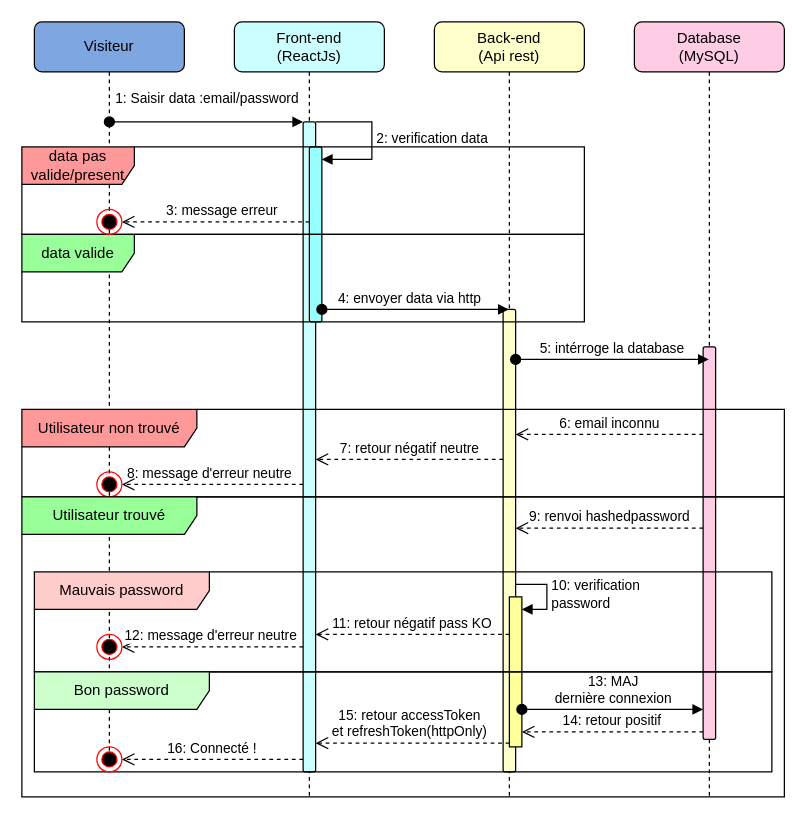
Earlier version of the draw.io diagram docs/Présentation/Diagrammes/SequenceFiles/Login.drawio (MaxenceAll/frontendPccompare). Source tidied: cells renumbered, new cells numbered last; positions are measured from the earlier drawing's top-left corner, leaving out a move shared by most shapes. Both pictures are drawn from the tidied source at 125%, with x=0, y=0 at pixel (21, 21).
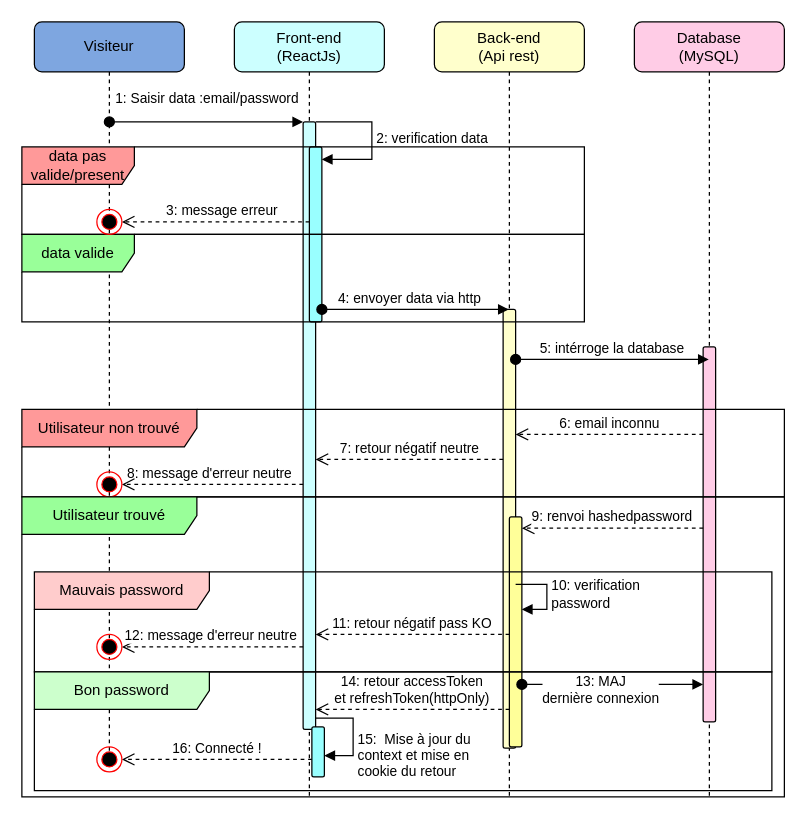
The same page after the edit.

The change refers to these unchanged cells:
```xml
<mxCell id="3" value="Front-end&lt;br&gt;(ReactJs)" style="shape=umlLifeline;perimeter=lifelinePerimeter;whiteSpace=wrap;html=1;newEdgeStyle={&quot;edgeStyle&quot;:&quot;elbowEdgeStyle&quot;,&quot;elbow&quot;:&quot;vertical&quot;,&quot;curved&quot;:0,&quot;rounded&quot;:0};size=40;rounded=1;fillColor=#CCFFFF;" parent="1" vertex="1">
  <mxGeometry x="170" width="120" height="620" as="geometry" />
</mxCell>
<mxCell id="7" value="Back-end&lt;br&gt;(Api rest)" style="shape=umlLifeline;perimeter=lifelinePerimeter;whiteSpace=wrap;html=1;outlineConnect=0;portConstraint=eastwest;newEdgeStyle={&quot;edgeStyle&quot;:&quot;elbowEdgeStyle&quot;,&quot;elbow&quot;:&quot;vertical&quot;,&quot;curved&quot;:0,&quot;rounded&quot;:0};size=40;rounded=1;fillColor=#FFFFCC;" parent="1" vertex="1">
  <mxGeometry x="330" width="120" height="620" as="geometry" />
</mxCell>
<mxCell id="9" value="Database&lt;br&gt;(MySQL)" style="shape=umlLifeline;perimeter=lifelinePerimeter;whiteSpace=wrap;html=1;outlineConnect=0;portConstraint=eastwest;newEdgeStyle={&quot;edgeStyle&quot;:&quot;elbowEdgeStyle&quot;,&quot;elbow&quot;:&quot;vertical&quot;,&quot;curved&quot;:0,&quot;rounded&quot;:0};size=40;rounded=1;fillColor=#FFCCE6;" parent="1" vertex="1">
  <mxGeometry x="490" width="120" height="620" as="geometry" />
</mxCell>
<mxCell id="38" style="ellipse;html=1;shape=endState;fillColor=#000000;strokeColor=#ff0000;rounded=1;" parent="1" vertex="1">
  <mxGeometry x="60" y="580" width="20" height="20" as="geometry" />
</mxCell>
```

Change to the diagram source:
```diff
@@
     <mxCell id="4" style="html=1;points=[];perimeter=orthogonalPerimeter;outlineConnect=0;targetShapes=umlLifeline;portConstraint=eastwest;newEdgeStyle={&quot;edgeStyle&quot;:&quot;elbowEdgeStyle&quot;,&quot;elbow&quot;:&quot;vertical&quot;,&quot;curved&quot;:0,&quot;rounded&quot;:0};fillColor=#CCFFFF;rounded=1;" parent="3" vertex="1">
-      <mxGeometry x="55" y="80" width="10" height="520" as="geometry" />
+      <mxGeometry x="55" y="80" width="10" height="486" as="geometry" />
     </mxCell>
@@
     <mxCell id="8" style="html=1;points=[];perimeter=orthogonalPerimeter;outlineConnect=0;targetShapes=umlLifeline;portConstraint=eastwest;newEdgeStyle={&quot;edgeStyle&quot;:&quot;elbowEdgeStyle&quot;,&quot;elbow&quot;:&quot;vertical&quot;,&quot;curved&quot;:0,&quot;rounded&quot;:0};fillColor=#FFFFCC;rounded=1;" parent="7" vertex="1">
-      <mxGeometry x="55" y="230" width="10" height="370" as="geometry" />
+      <mxGeometry x="55" y="230" width="10" height="351" as="geometry" />
     </mxCell>
@@
     <mxCell id="10" style="html=1;points=[];perimeter=orthogonalPerimeter;outlineConnect=0;targetShapes=umlLifeline;portConstraint=eastwest;newEdgeStyle={&quot;edgeStyle&quot;:&quot;elbowEdgeStyle&quot;,&quot;elbow&quot;:&quot;vertical&quot;,&quot;curved&quot;:0,&quot;rounded&quot;:0};fillColor=#FFCCE6;rounded=1;" parent="9" vertex="1">
-      <mxGeometry x="55" y="260" width="10" height="314" as="geometry" />
+      <mxGeometry x="55" y="260" width="10" height="300" as="geometry" />
     </mxCell>
@@
-    <mxCell id="26" value="9: renvoi hashedpassword" style="html=1;verticalAlign=bottom;endArrow=open;dashed=1;endSize=8;edgeStyle=elbowEdgeStyle;elbow=vertical;curved=0;rounded=0;" parent="1" edge="1" source="10" target="8">
+    <mxCell id="26" value="9: renvoi hashedpassword" style="html=1;verticalAlign=bottom;endArrow=open;dashed=1;endSize=8;edgeStyle=elbowEdgeStyle;elbow=vertical;curved=0;rounded=0;" parent="1" edge="1" source="10" target="27">
       <mxGeometry relative="1" as="geometry">
         <Array as="points">
           <mxPoint x="480" y="405" />
           <mxPoint x="490" y="440" />
         </Array>
       </mxGeometry>
     </mxCell>
-    <mxCell id="27" style="html=1;points=[];perimeter=orthogonalPerimeter;outlineConnect=0;targetShapes=umlLifeline;portConstraint=eastwest;newEdgeStyle={&quot;edgeStyle&quot;:&quot;elbowEdgeStyle&quot;,&quot;elbow&quot;:&quot;vertical&quot;,&quot;curved&quot;:0,&quot;rounded&quot;:0};fillColor=#FFFF99;" parent="1" vertex="1">
-      <mxGeometry x="390" y="460" width="10" height="120" as="geometry" />
+    <mxCell id="27" style="html=1;points=[];perimeter=orthogonalPerimeter;outlineConnect=0;targetShapes=umlLifeline;portConstraint=eastwest;newEdgeStyle={&quot;edgeStyle&quot;:&quot;elbowEdgeStyle&quot;,&quot;elbow&quot;:&quot;vertical&quot;,&quot;curved&quot;:0,&quot;rounded&quot;:0};fillColor=#FFFF99;rounded=1;" parent="1" vertex="1">
+      <mxGeometry x="390" y="396" width="10" height="184" as="geometry" />
     </mxCell>
@@
     <mxCell id="34" value="Bon password" style="shape=umlFrame;whiteSpace=wrap;html=1;width=140;height=30;rounded=1;fillColor=#CCFFCC;" parent="1" vertex="1">
-      <mxGeometry x="10" y="520" width="590" height="80" as="geometry" />
+      <mxGeometry x="10" y="520" width="590" height="95" as="geometry" />
     </mxCell>
-    <mxCell id="35" value="15: retour accessToken &lt;br&gt;et refreshToken(httpOnly)" style="html=1;verticalAlign=bottom;endArrow=open;dashed=1;endSize=8;edgeStyle=elbowEdgeStyle;elbow=vertical;curved=0;rounded=0;" parent="1" edge="1" source="27" target="4">
-      <mxGeometry x="0.03" relative="1" as="geometry">
+    <mxCell id="35" value="14: retour accessToken &lt;br&gt;et refreshToken(httpOnly)" style="html=1;verticalAlign=bottom;endArrow=open;dashed=1;endSize=8;edgeStyle=elbowEdgeStyle;elbow=vertical;curved=0;rounded=0;" parent="1" edge="1" source="27" target="4">
+      <mxGeometry relative="1" as="geometry">
         <Array as="points">
-          <mxPoint x="328" y="577" />
+          <mxPoint x="373" y="550" />
           <mxPoint x="360" y="570" />
           <mxPoint x="290" y="580" />
           <mxPoint x="350" y="550" />
         </Array>
       </mxGeometry>
     </mxCell>
-    <mxCell id="36" value="13: MAJ &lt;br&gt;dernière connexion" style="html=1;verticalAlign=bottom;startArrow=oval;endArrow=block;startSize=8;edgeStyle=elbowEdgeStyle;elbow=vertical;curved=0;rounded=0;" parent="1" edge="1" source="27">
-      <mxGeometry relative="1" as="geometry">
-        <mxPoint x="545" y="550" as="targetPoint" />
+    <mxCell id="36" value="13: MAJ &lt;br&gt;dernière connexion" style="html=1;verticalAlign=bottom;startArrow=oval;endArrow=block;startSize=8;edgeStyle=elbowEdgeStyle;elbow=vertical;curved=0;rounded=0;" parent="1" edge="1" source="27" target="10">
+      <mxGeometry x="-0.13" y="-20" relative="1" as="geometry">
         <Array as="points">
+          <mxPoint x="414" y="530" />
           <mxPoint x="490" y="550" />
         </Array>
       </mxGeometry>
     </mxCell>
-    <mxCell id="37" value="16: Connecté !" style="html=1;verticalAlign=bottom;endArrow=open;dashed=1;endSize=8;edgeStyle=elbowEdgeStyle;elbow=vertical;curved=0;rounded=0;entryX=1;entryY=0.5;entryDx=0;entryDy=0;" parent="1" edge="1" source="4" target="38">
+    <mxCell id="37" value="16: Connecté !" style="html=1;verticalAlign=bottom;endArrow=open;dashed=1;endSize=8;edgeStyle=elbowEdgeStyle;elbow=vertical;curved=0;rounded=0;entryX=1;entryY=0.5;entryDx=0;entryDy=0;" parent="1" edge="1" source="40" target="38">
       <mxGeometry relative="1" as="geometry">
         <Array as="points">
           <mxPoint x="180" y="590" />
         </Array>
       </mxGeometry>
     </mxCell>
@@
-    <mxCell id="39" value="14: retour positif" style="html=1;verticalAlign=bottom;endArrow=open;dashed=1;endSize=8;edgeStyle=elbowEdgeStyle;elbow=vertical;curved=0;rounded=0;" parent="1" edge="1" source="10" target="27">
-      <mxGeometry relative="1" as="geometry">
-        <Array as="points">
-          <mxPoint x="432" y="568" />
-        </Array>
-      </mxGeometry>
-    </mxCell>
+    <mxCell id="40" style="html=1;points=[];perimeter=orthogonalPerimeter;outlineConnect=0;targetShapes=umlLifeline;portConstraint=eastwest;newEdgeStyle={&quot;edgeStyle&quot;:&quot;elbowEdgeStyle&quot;,&quot;elbow&quot;:&quot;vertical&quot;,&quot;curved&quot;:0,&quot;rounded&quot;:0};fillColor=#99FFFF;rounded=1;" parent="1" vertex="1">
+      <mxGeometry x="232" y="564" width="10" height="40" as="geometry" />
+    </mxCell>
+    <mxCell id="41" value="15:&amp;nbsp; Mise à jour du &lt;br&gt;context et mise en &lt;br&gt;cookie du retour" style="html=1;align=left;spacingLeft=2;endArrow=block;rounded=0;edgeStyle=orthogonalEdgeStyle;curved=0;rounded=0;" parent="1" edge="1" target="40">
+      <mxGeometry x="0.45" relative="1" as="geometry">
+        <mxPoint x="235" y="557" as="sourcePoint" />
+        <Array as="points">
+          <mxPoint x="265" y="587" />
+        </Array>
+      </mxGeometry>
+    </mxCell>
```
